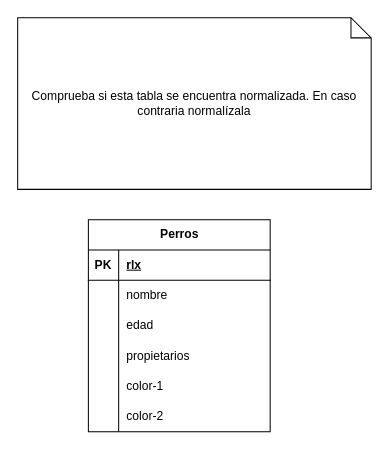
Earlier version of the draw.io diagram normalize-exercises/normalize-1.drawio (webferrol/ddbb_sessions). Source tidied: cells renumbered, new cells numbered last; positions are measured from the earlier drawing's top-left corner, leaving out a move shared by most shapes. Both pictures are drawn from the tidied source at 101%, with x=0, y=0 at pixel (17, 17).
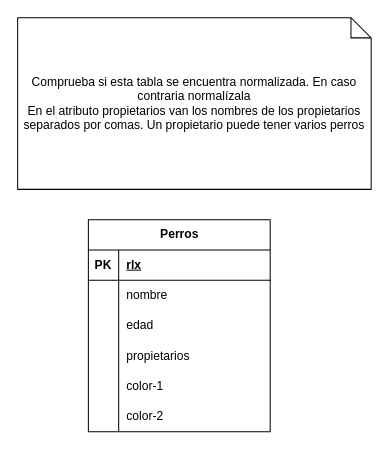
Above is the later version.

Diff of the diagram source:
```diff
@@
-    <mxCell id="21" value="Comprueba si esta tabla se encuentra normalizada. En caso contraria normalízala" style="shape=note;size=20;whiteSpace=wrap;html=1;" parent="1" vertex="1">
+    <mxCell id="21" value="Comprueba si esta tabla se encuentra normalizada. En caso contraria normalízala&lt;div&gt;En el atributo propietarios van los nombres de los propietarios separados por comas. Un propietario puede tener varios perros&lt;/div&gt;" style="shape=note;size=20;whiteSpace=wrap;html=1;" parent="1" vertex="1">
       <mxGeometry width="350" height="170" as="geometry" />
     </mxCell>
```
